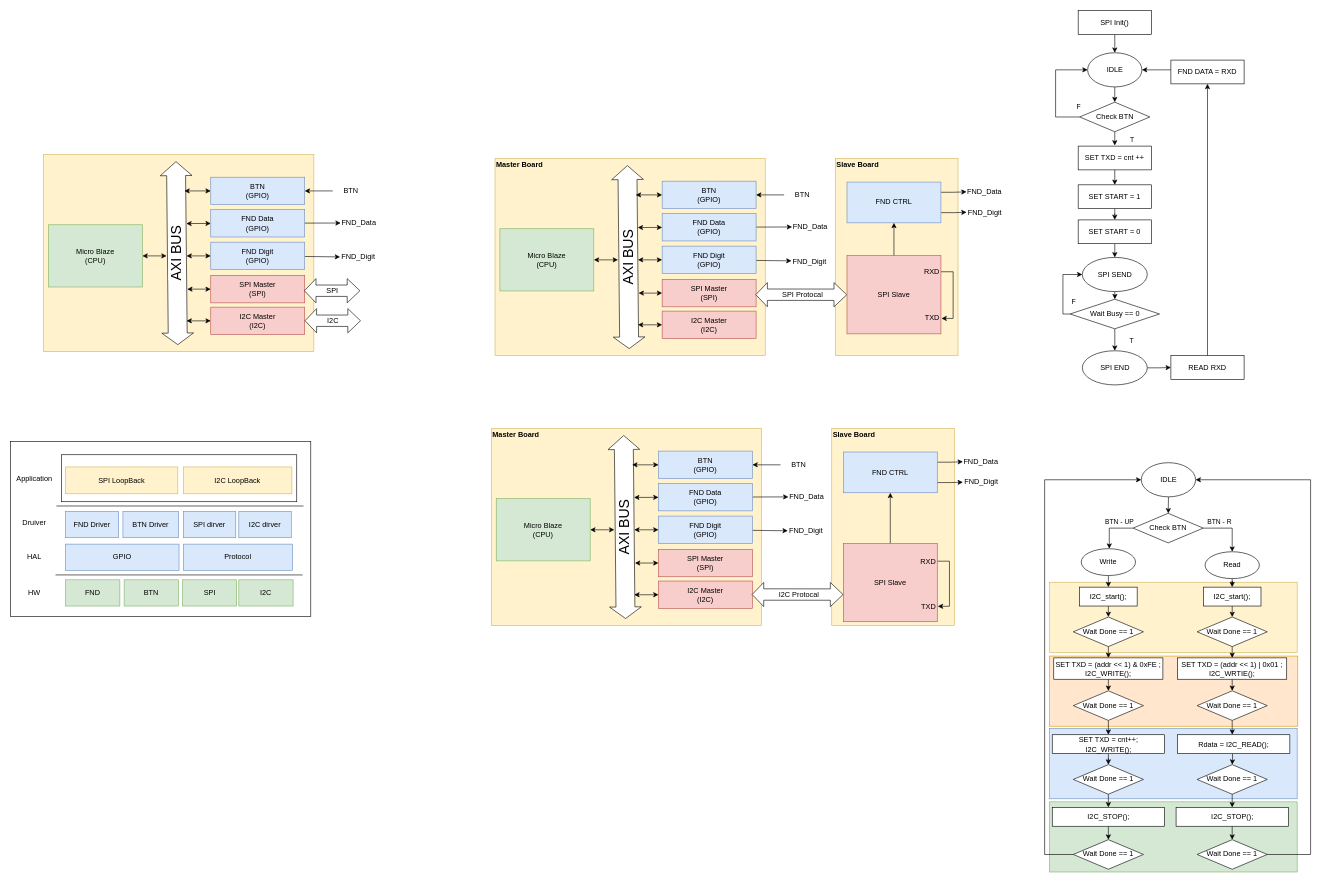
JunHyoung0608/Verilog_2026_Project keeps this draw.io diagram as 99_ppt/L05_AXI_SPI_I2C/Soc_top.drawio. Above is the earlier version. Source tidied: cells renumbered, new cells numbered last; positions are measured from the earlier drawing's top-left corner, leaving out a move shared by most shapes. Both pictures are drawn from the tidied source at 61%, with x=0, y=0 at pixel (10, 10).
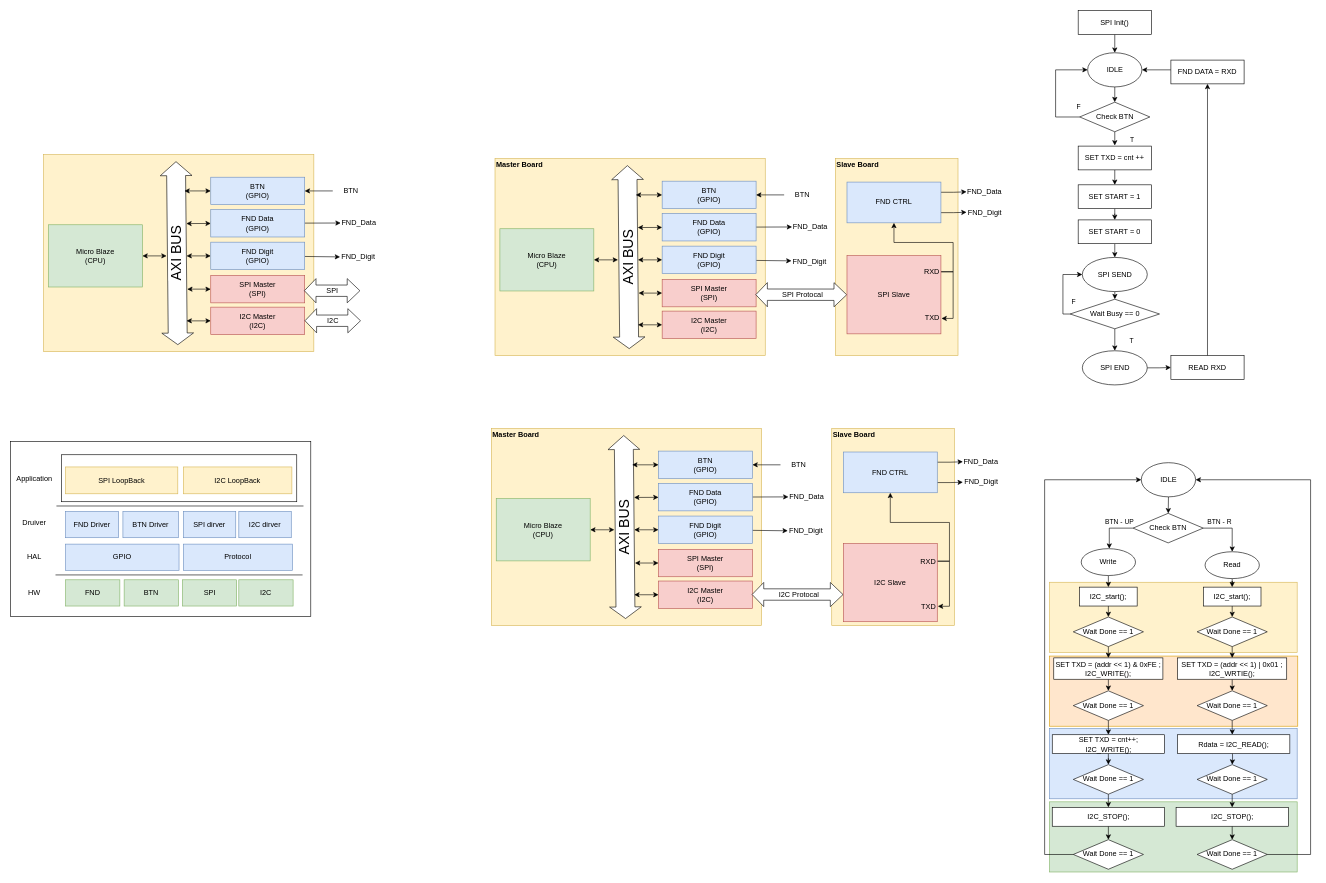
After the change.

The change refers to these unchanged cells:
```xml
<mxCell id="77" value="SPI Slave" style="rounded=0;whiteSpace=wrap;html=1;fillColor=#f8cecc;strokeColor=#b85450;" parent="1" vertex="1">
  <mxGeometry x="1371" y="401.6" width="154" height="128.2" as="geometry" />
</mxCell>
<mxCell id="80" value="FND CTRL" style="rounded=0;whiteSpace=wrap;html=1;fillColor=#dae8fc;strokeColor=#6c8ebf;" parent="1" vertex="1">
  <mxGeometry x="1371" y="281" width="154" height="66.8" as="geometry" />
</mxCell>
<mxCell id="81" value="RXD" style="text;html=1;align=right;verticalAlign=middle;whiteSpace=wrap;rounded=0;" parent="1" vertex="1">
  <mxGeometry x="1465" y="413" width="60" height="30" as="geometry" />
</mxCell>
<mxCell id="142" value="FND CTRL" style="rounded=0;whiteSpace=wrap;html=1;fillColor=#dae8fc;strokeColor=#6c8ebf;" parent="1" vertex="1">
  <mxGeometry x="1365" y="723.5" width="154" height="66.8" as="geometry" />
</mxCell>
<mxCell id="143" value="RXD" style="text;html=1;align=right;verticalAlign=middle;whiteSpace=wrap;rounded=0;" parent="1" vertex="1">
  <mxGeometry x="1459" y="887.5" width="60" height="30" as="geometry" />
</mxCell>
```

Diff of the diagram source:
```diff
@@
-    <mxCell id="75" style="edgeStyle=none;html=1;" parent="1" edge="1" source="77" target="80">
-      <mxGeometry relative="1" as="geometry" />
+    <mxCell id="75" style="edgeStyle=orthogonalEdgeStyle;html=1;rounded=0;curved=0;exitX=1;exitY=0.5;exitDx=0;exitDy=0;" parent="1" edge="1" source="81" target="80">
+      <mxGeometry relative="1" as="geometry">
+        <Array as="points">
+          <mxPoint x="1545" y="428" />
+          <mxPoint x="1545" y="380" />
+          <mxPoint x="1448" y="380" />
+        </Array>
+      </mxGeometry>
     </mxCell>
@@
-    <mxCell id="137" style="edgeStyle=none;html=1;" parent="1" edge="1" source="139" target="142">
-      <mxGeometry relative="1" as="geometry" />
+    <mxCell id="137" style="edgeStyle=orthogonalEdgeStyle;html=1;exitX=1;exitY=0.5;exitDx=0;exitDy=0;rounded=0;" parent="1" edge="1" source="143" target="142">
+      <mxGeometry relative="1" as="geometry">
+        <Array as="points">
+          <mxPoint x="1539" y="903" />
+          <mxPoint x="1539" y="839" />
+          <mxPoint x="1442" y="839" />
+        </Array>
+      </mxGeometry>
     </mxCell>
@@
-    <mxCell id="139" value="SPI Slave" style="rounded=0;whiteSpace=wrap;html=1;fillColor=#f8cecc;strokeColor=#b85450;" parent="1" vertex="1">
+    <mxCell id="139" value="I2C Slave" style="rounded=0;whiteSpace=wrap;html=1;fillColor=#f8cecc;strokeColor=#b85450;" parent="1" vertex="1">
       <mxGeometry x="1365" y="873.5" width="154" height="128.2" as="geometry" />
     </mxCell>
```
